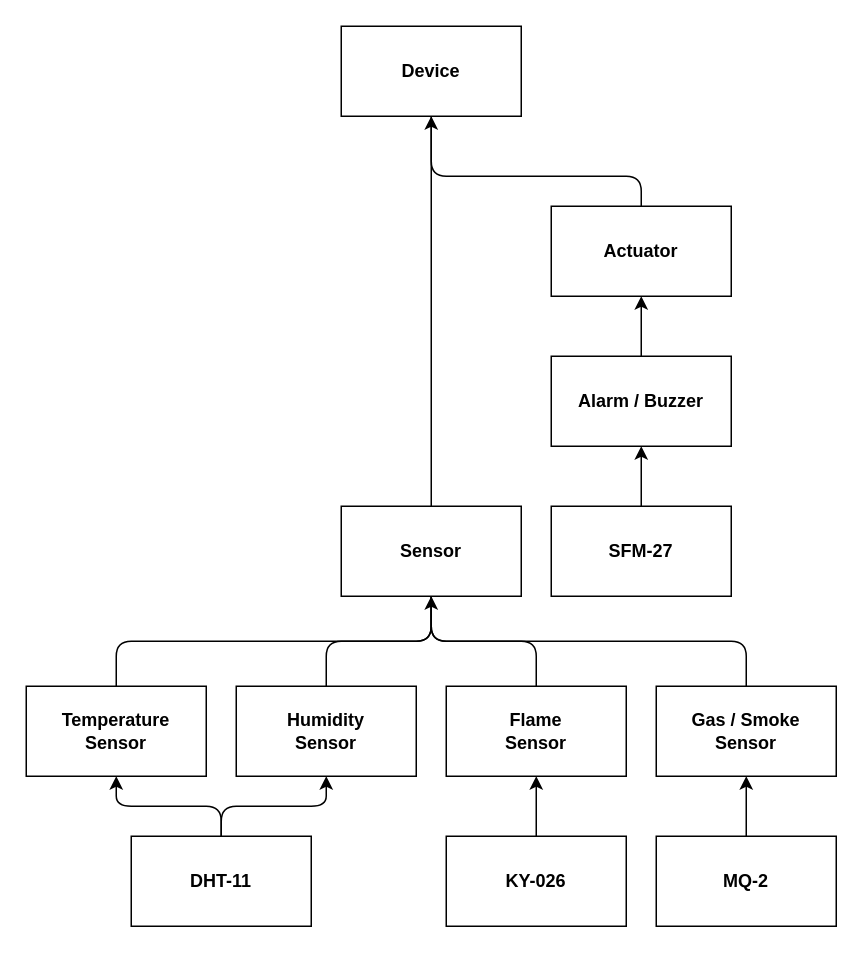
The draw.io diagram page "device-taxonomy" (4 of 6) of doc/Untitled Diagram.drawio in paganellif/ws-project-paganelli-2021, before the edit. Source tidied: cells renumbered, new cells numbered last; positions are measured from the earlier drawing's top-left corner, leaving out a move shared by most shapes. Both pictures are drawn from the tidied source at 150%, with x=0, y=0 at pixel (26, 26).
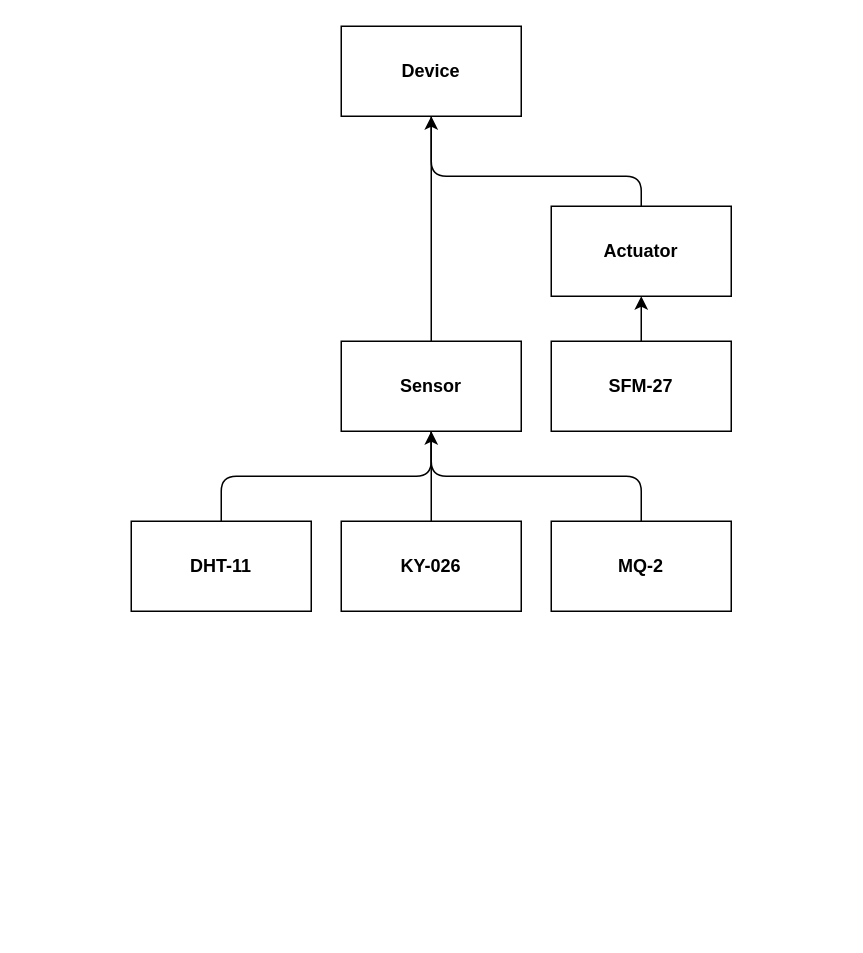
Above is the later version.

The change refers to these unchanged cells:
```xml
<mxCell id="3" value="&lt;b&gt;Actuator&lt;/b&gt;" style="rounded=0;whiteSpace=wrap;html=1;" parent="1" vertex="1">
  <mxGeometry x="350" y="120" width="120" height="60" as="geometry" />
</mxCell>
```

Diff of the diagram source:
```diff
@@
     <mxCell id="4" value="&lt;b&gt;Sensor&lt;/b&gt;" style="rounded=0;whiteSpace=wrap;html=1;" parent="1" vertex="1">
-      <mxGeometry x="210" y="320" width="120" height="60" as="geometry" />
+      <mxGeometry x="210" y="210" width="120" height="60" as="geometry" />
     </mxCell>
@@
-    <mxCell id="7" style="edgeStyle=orthogonalEdgeStyle;rounded=1;jettySize=auto;html=1;startArrow=none;startFill=0;endArrow=classic;endFill=1;" parent="1" edge="1" source="9" target="17">
-      <mxGeometry relative="1" as="geometry" />
-    </mxCell>
-    <mxCell id="8" style="edgeStyle=orthogonalEdgeStyle;rounded=1;jettySize=auto;html=1;startArrow=none;startFill=0;endArrow=classic;endFill=1;entryX=0.5;entryY=1;entryDx=0;entryDy=0;" parent="1" edge="1" source="9" target="16">
-      <mxGeometry relative="1" as="geometry" />
-    </mxCell>
     <mxCell id="9" value="&lt;b&gt;DHT-11&lt;/b&gt;" style="rounded=0;whiteSpace=wrap;html=1;" parent="1" vertex="1">
-      <mxGeometry x="70" y="540" width="120" height="60" as="geometry" />
+      <mxGeometry x="70" y="330" width="120" height="60" as="geometry" />
     </mxCell>
-    <mxCell id="10" value="&lt;b&gt;Gas / Smoke&lt;br&gt;Sensor&lt;br&gt;&lt;/b&gt;" style="rounded=0;whiteSpace=wrap;html=1;" parent="1" vertex="1">
-      <mxGeometry x="420" y="440" width="120" height="60" as="geometry" />
-    </mxCell>
-    <mxCell id="11" value="&lt;b&gt;Flame&lt;br&gt;Sensor&lt;br&gt;&lt;/b&gt;" style="rounded=0;whiteSpace=wrap;html=1;" parent="1" vertex="1">
-      <mxGeometry x="280" y="440" width="120" height="60" as="geometry" />
-    </mxCell>
-    <mxCell id="12" style="endArrow=none;html=1;exitX=0.5;exitY=0;exitDx=0;exitDy=0;entryX=0.5;entryY=1;entryDx=0;entryDy=0;" parent="1" edge="1" source="11" target="4">
+    <mxCell id="12" style="endArrow=none;html=1;exitX=0.5;exitY=0;exitDx=0;exitDy=0;entryX=0.5;entryY=1;entryDx=0;entryDy=0;" parent="1" edge="1" source="23" target="4">
       <mxGeometry relative="1" as="geometry">
         <Array as="points">
-          <mxPoint x="340" y="410" />
-          <mxPoint x="270" y="410" />
+          <mxPoint x="410" y="300" />
+          <mxPoint x="270" y="300" />
         </Array>
       </mxGeometry>
     </mxCell>
-    <mxCell id="13" style="endArrow=none;html=1;exitX=0.5;exitY=0;exitDx=0;exitDy=0;" parent="1" edge="1" source="10" target="4">
-      <mxGeometry relative="1" as="geometry">
-        <Array as="points">
-          <mxPoint x="480" y="410" />
-          <mxPoint x="270" y="410" />
-        </Array>
-      </mxGeometry>
-    </mxCell>
     <mxCell id="14" value="&lt;b&gt;SFM-27&lt;/b&gt;" style="rounded=0;whiteSpace=wrap;html=1;" parent="1" vertex="1">
-      <mxGeometry x="350" y="320" width="120" height="60" as="geometry" />
+      <mxGeometry x="350" y="210" width="120" height="60" as="geometry" />
     </mxCell>
-    <mxCell id="15" style="endArrow=classic;html=1;exitX=0.5;exitY=0;exitDx=0;exitDy=0;" parent="1" edge="1" source="14" target="21">
+    <mxCell id="15" style="endArrow=classic;html=1;exitX=0.5;exitY=0;exitDx=0;exitDy=0;" parent="1" edge="1" source="14" target="3">
       <mxGeometry relative="1" as="geometry" />
     </mxCell>
-    <mxCell id="16" value="&lt;b&gt;Temperature &lt;br&gt;Sensor&lt;/b&gt;" style="rounded=0;whiteSpace=wrap;html=1;" parent="1" vertex="1">
-      <mxGeometry y="440" width="120" height="60" as="geometry" />
-    </mxCell>
-    <mxCell id="17" value="&lt;b&gt;Humidity&lt;br&gt;Sensor&lt;br&gt;&lt;/b&gt;" style="rounded=0;whiteSpace=wrap;html=1;" parent="1" vertex="1">
-      <mxGeometry x="140" y="440" width="120" height="60" as="geometry" />
-    </mxCell>
-    <mxCell id="18" style="endArrow=none;html=1;exitX=0.5;exitY=0;exitDx=0;exitDy=0;endFill=0;" parent="1" edge="1" source="16" target="4">
+    <mxCell id="18" style="endArrow=none;html=1;exitX=0.5;exitY=0;exitDx=0;exitDy=0;endFill=0;" parent="1" edge="1" source="9" target="4">
       <mxGeometry relative="1" as="geometry">
         <Array as="points">
-          <mxPoint x="60" y="410" />
-          <mxPoint x="270" y="410" />
+          <mxPoint x="130" y="300" />
+          <mxPoint x="270" y="300" />
         </Array>
       </mxGeometry>
     </mxCell>
-    <mxCell id="19" style="endArrow=classic;html=1;exitX=0.5;exitY=0;exitDx=0;exitDy=0;endFill=1;" parent="1" edge="1" source="17" target="4">
+    <mxCell id="19" style="endArrow=classic;html=1;exitX=0.5;exitY=0;exitDx=0;exitDy=0;endFill=1;" parent="1" edge="1" source="25" target="4">
       <mxGeometry relative="1" as="geometry">
         <Array as="points">
-          <mxPoint x="200" y="410" />
-          <mxPoint x="270" y="410" />
+          <mxPoint x="270" y="310" />
         </Array>
       </mxGeometry>
     </mxCell>
-    <mxCell id="20" style="edgeStyle=orthogonalEdgeStyle;rounded=0;jettySize=auto;html=1;startArrow=none;startFill=0;endArrow=classic;endFill=1;" parent="1" edge="1" source="21" target="3">
-      <mxGeometry relative="1" as="geometry" />
-    </mxCell>
-    <mxCell id="21" value="&lt;b&gt;Alarm / Buzzer&lt;/b&gt;" style="rounded=0;whiteSpace=wrap;html=1;" parent="1" vertex="1">
-      <mxGeometry x="350" y="220" width="120" height="60" as="geometry" />
-    </mxCell>
-    <mxCell id="22" style="edgeStyle=orthogonalEdgeStyle;rounded=0;jettySize=auto;html=1;startArrow=none;startFill=0;endArrow=classic;endFill=1;" parent="1" edge="1" source="23" target="10">
-      <mxGeometry relative="1" as="geometry" />
-    </mxCell>
     <mxCell id="23" value="&lt;b&gt;MQ-2&lt;/b&gt;" style="rounded=0;whiteSpace=wrap;html=1;" parent="1" vertex="1">
-      <mxGeometry x="420" y="540" width="120" height="60" as="geometry" />
+      <mxGeometry x="350" y="330" width="120" height="60" as="geometry" />
     </mxCell>
-    <mxCell id="24" style="edgeStyle=orthogonalEdgeStyle;rounded=0;jettySize=auto;html=1;startArrow=none;startFill=0;endArrow=classic;endFill=1;" parent="1" edge="1" source="25" target="11">
-      <mxGeometry relative="1" as="geometry" />
-    </mxCell>
     <mxCell id="25" value="&lt;b&gt;KY-026&lt;/b&gt;" style="rounded=0;whiteSpace=wrap;html=1;" parent="1" vertex="1">
-      <mxGeometry x="280" y="540" width="120" height="60" as="geometry" />
+      <mxGeometry x="210" y="330" width="120" height="60" as="geometry" />
     </mxCell>
```
